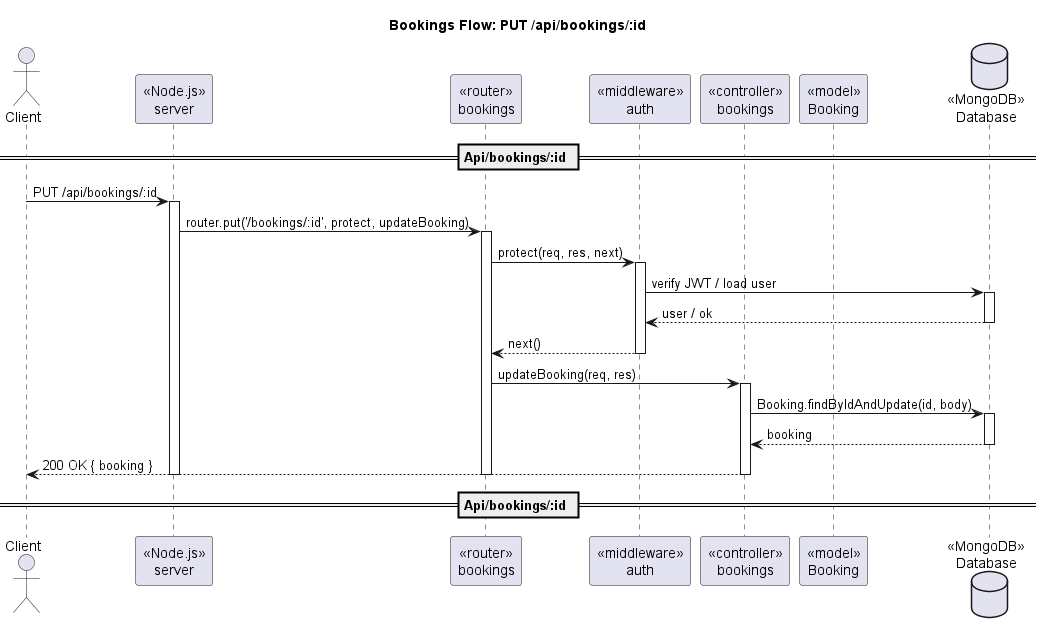
Above: out/docs/diagram/sequence/seq_bookings_id_put.png in 098ff/ArtmaybeDEV (PlantUML), before the change.
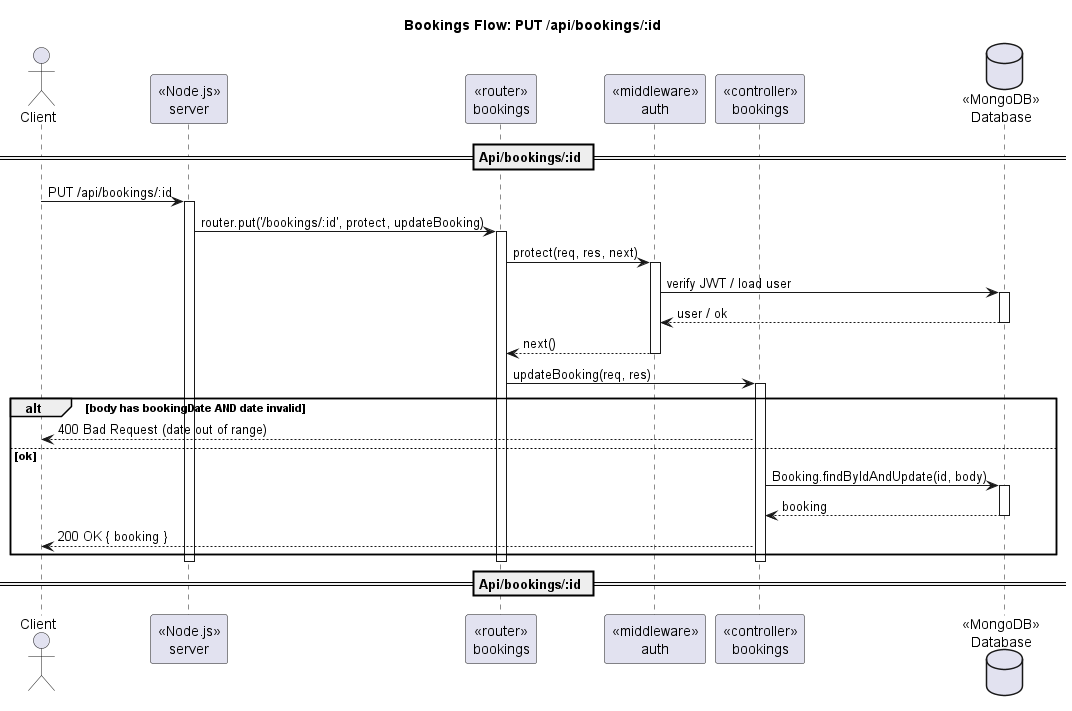
The same file after the commit.

The edit, as a diff of the source:
```diff
@@ -5,7 +5,6 @@
 participant "«router»\nbookings" as Router
 participant "«middleware»\nauth" as AuthMW
 participant "«controller»\nbookings" as Ctrl
-participant "«model»\nBooking" as BookingModel
 database "«MongoDB»\nDatabase" as DB
 
 == Api/bookings/:id ==
@@ -23,11 +22,15 @@
 deactivate AuthMW
 Router -> Ctrl : updateBooking(req, res)
 activate Ctrl
-Ctrl -> DB : Booking.findByIdAndUpdate(id, body)
-activate DB
-DB --> Ctrl : booking
-deactivate DB
-Ctrl --> Client : 200 OK { booking }
+alt body has bookingDate AND date invalid
+  Ctrl --> Client : 400 Bad Request (date out of range)
+else ok
+  Ctrl -> DB : Booking.findByIdAndUpdate(id, body)
+  activate DB
+  DB --> Ctrl : booking
+  deactivate DB
+  Ctrl --> Client : 200 OK { booking }
+end
 deactivate Ctrl
 deactivate Router
 deactivate Server
```
